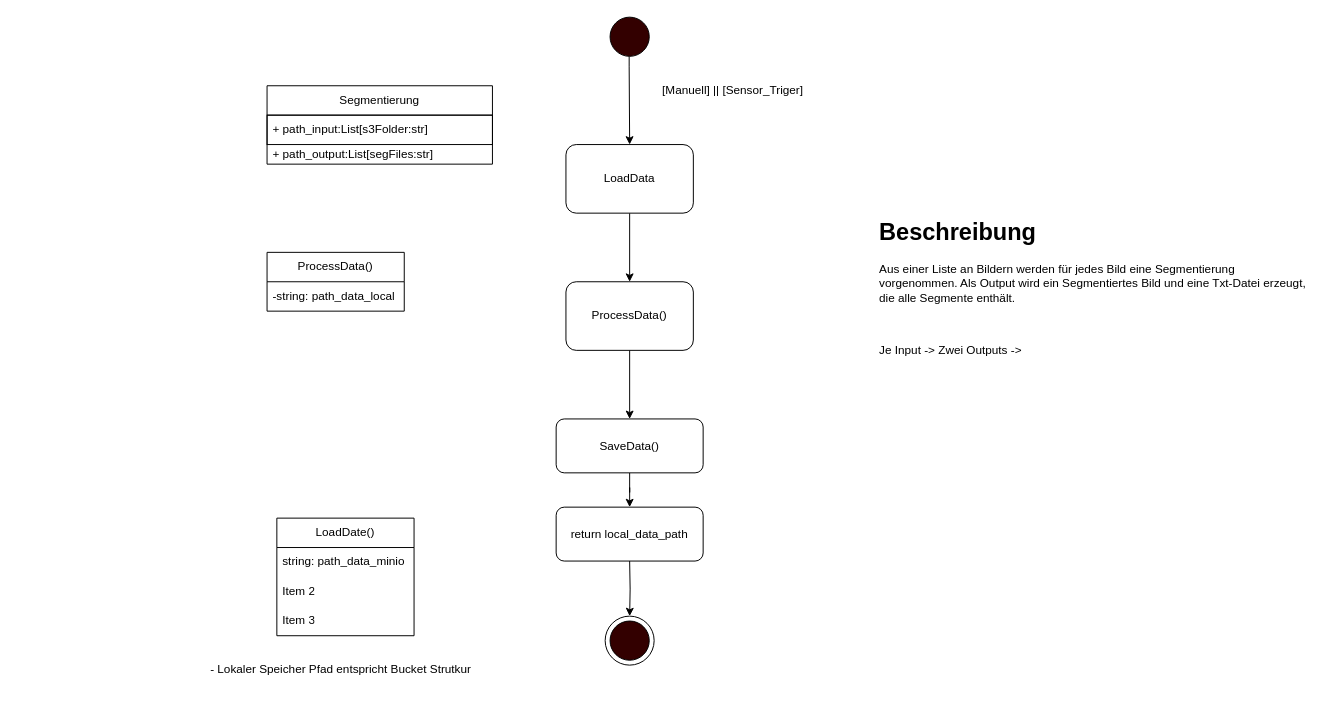
aquamas/diagrams keeps this draw.io diagram as page "Segmetierung" (3 of 13) of Segmentierung.drawio. Above is the earlier version. Source tidied: cells renumbered, new cells numbered last; positions are measured from the earlier drawing's top-left corner, leaving out a move shared by most shapes. Both pictures are drawn from the tidied source at 98%, with x=0, y=0 at pixel (198, 17).
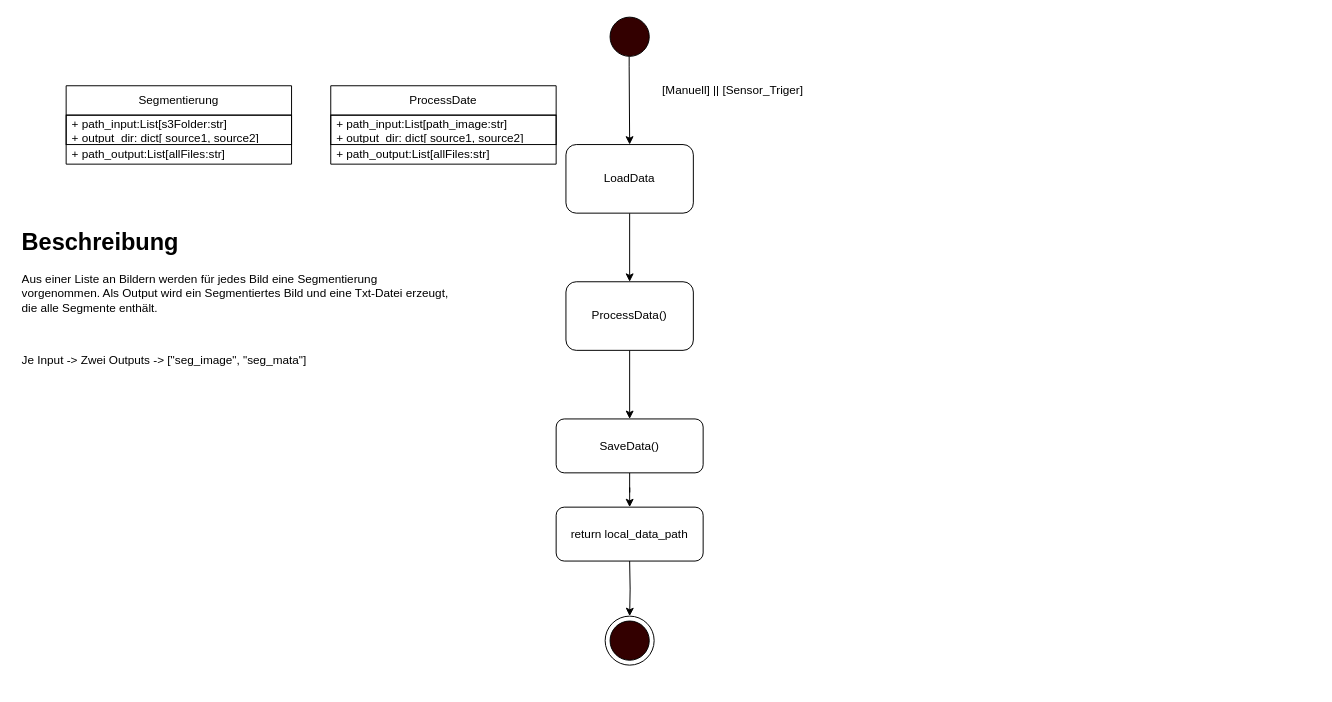
The same page after the edit.

The edit, as a diff of the source:
```diff
@@
-    <mxCell id="8" value="ProcessData()" style="swimlane;fontStyle=0;horizontal=1;startSize=30;whiteSpace=wrap;html=1;" parent="1" vertex="1">
-      <mxGeometry x="70" y="240" width="140" height="60" as="geometry" />
-    </mxCell>
-    <mxCell id="9" value="-string: path_data_local" style="text;strokeColor=none;fillColor=none;align=left;verticalAlign=middle;spacingLeft=4;spacingRight=4;overflow=hidden;whiteSpace=wrap;html=1;" parent="8" vertex="1">
-      <mxGeometry y="30" width="140" height="30" as="geometry" />
-    </mxCell>
@@
-    <mxCell id="12" value="LoadDate()" style="swimlane;fontStyle=0;horizontal=1;startSize=30;whiteSpace=wrap;html=1;" parent="1" vertex="1">
-      <mxGeometry x="80" y="511.2" width="140" height="120" as="geometry" />
-    </mxCell>
-    <mxCell id="13" value="string: path_data_minio" style="text;strokeColor=none;fillColor=none;align=left;verticalAlign=middle;spacingLeft=4;spacingRight=4;overflow=hidden;whiteSpace=wrap;html=1;" parent="12" vertex="1">
-      <mxGeometry y="30" width="140" height="30" as="geometry" />
-    </mxCell>
-    <mxCell id="14" value="Item 2" style="text;strokeColor=none;fillColor=none;align=left;verticalAlign=middle;spacingLeft=4;spacingRight=4;overflow=hidden;whiteSpace=wrap;html=1;" parent="12" vertex="1">
-      <mxGeometry y="60" width="140" height="30" as="geometry" />
-    </mxCell>
-    <mxCell id="15" value="Item 3" style="text;strokeColor=none;fillColor=none;align=left;verticalAlign=middle;spacingLeft=4;spacingRight=4;overflow=hidden;whiteSpace=wrap;html=1;" parent="12" vertex="1">
-      <mxGeometry y="90" width="140" height="30" as="geometry" />
-    </mxCell>
-    <mxCell id="16" value="- Lokaler Speicher Pfad entspricht Bucket Strutkur" style="text;html=1;align=center;verticalAlign=middle;strokeColor=none;fillColor=none;" parent="1" vertex="1">
-      <mxGeometry y="651.2" width="290" height="30" as="geometry" />
-    </mxCell>
@@
     <mxCell id="22" value="Segmentierung" style="swimlane;fontStyle=0;horizontal=1;startSize=30;whiteSpace=wrap;html=1;" parent="1" vertex="1">
-      <mxGeometry x="70" y="70" width="230" height="80" as="geometry" />
+      <mxGeometry x="-135" y="70" width="230" height="80" as="geometry" />
     </mxCell>
-    <mxCell id="23" value="+ path_input:List[s3Folder:str]" style="text;align=left;verticalAlign=middle;spacingLeft=4;spacingRight=4;overflow=hidden;whiteSpace=wrap;html=1;strokeWidth=1;imageAspect=1;strokeColor=default;perimeterSpacing=0;shadow=0;" parent="22" vertex="1">
+    <mxCell id="23" value="+ path_input:List[s3Folder:str]&lt;br&gt;+ output_dir: dict[ source1, source2]" style="text;align=left;verticalAlign=middle;spacingLeft=4;spacingRight=4;overflow=hidden;whiteSpace=wrap;html=1;strokeWidth=1;imageAspect=1;strokeColor=default;perimeterSpacing=0;shadow=0;" parent="22" vertex="1">
       <mxGeometry y="30" width="230" height="30" as="geometry" />
     </mxCell>
-    <mxCell id="24" value="+ path_output:List[segFiles:str]" style="text;strokeColor=none;fillColor=none;align=left;verticalAlign=middle;spacingLeft=4;spacingRight=4;overflow=hidden;whiteSpace=wrap;html=1;" parent="22" vertex="1">
+    <mxCell id="24" value="+ path_output:List[allFiles:str]" style="text;strokeColor=none;fillColor=none;align=left;verticalAlign=middle;spacingLeft=4;spacingRight=4;overflow=hidden;whiteSpace=wrap;html=1;" parent="22" vertex="1">
       <mxGeometry y="60" width="230" height="20" as="geometry" />
     </mxCell>
-    <mxCell id="25" value="&lt;h1&gt;Beschreibung&lt;/h1&gt;&lt;p&gt;Aus einer Liste an Bildern werden für jedes Bild eine Segmentierung vorgenommen. Als Output wird ein Segmentiertes Bild und eine Txt-Datei erzeugt, die alle Segmente enthält.&lt;/p&gt;&lt;p&gt;&lt;br&gt;&lt;/p&gt;&lt;p&gt;Je Input -&amp;gt; Zwei Outputs -&amp;gt;&amp;nbsp;&lt;/p&gt;" style="text;html=1;strokeColor=none;fillColor=none;spacing=5;spacingTop=-20;whiteSpace=wrap;overflow=hidden;rounded=0;" parent="1" vertex="1">
-      <mxGeometry x="690" y="200" width="450" height="190" as="geometry" />
+    <mxCell id="25" value="&lt;h1&gt;Beschreibung&lt;/h1&gt;&lt;p&gt;Aus einer Liste an Bildern werden für jedes Bild eine Segmentierung vorgenommen. Als Output wird ein Segmentiertes Bild und eine Txt-Datei erzeugt, die alle Segmente enthält.&lt;/p&gt;&lt;p&gt;&lt;br&gt;&lt;/p&gt;&lt;p&gt;Je Input -&amp;gt; Zwei Outputs -&amp;gt; [&quot;seg_image&quot;, &quot;seg_mata&quot;]&lt;/p&gt;" style="text;html=1;strokeColor=none;fillColor=none;spacing=5;spacingTop=-20;whiteSpace=wrap;overflow=hidden;rounded=0;" parent="1" vertex="1">
+      <mxGeometry x="-185" y="210" width="450" height="190" as="geometry" />
     </mxCell>
+    <mxCell id="26" value="ProcessDate" style="swimlane;fontStyle=0;horizontal=1;startSize=30;whiteSpace=wrap;html=1;" parent="1" vertex="1">
+      <mxGeometry x="135" y="70" width="230" height="80" as="geometry" />
+    </mxCell>
+    <mxCell id="27" value="+ path_input:List[path_image:str]&lt;br&gt;+ output_dir: dict[ source1, source2]" style="text;align=left;verticalAlign=middle;spacingLeft=4;spacingRight=4;overflow=hidden;whiteSpace=wrap;html=1;strokeWidth=1;imageAspect=1;strokeColor=default;perimeterSpacing=0;shadow=0;" parent="26" vertex="1">
+      <mxGeometry y="30" width="230" height="30" as="geometry" />
+    </mxCell>
+    <mxCell id="28" value="+ path_output:List[allFiles:str]" style="text;strokeColor=none;fillColor=none;align=left;verticalAlign=middle;spacingLeft=4;spacingRight=4;overflow=hidden;whiteSpace=wrap;html=1;" parent="26" vertex="1">
+      <mxGeometry y="60" width="230" height="20" as="geometry" />
+    </mxCell>
```
